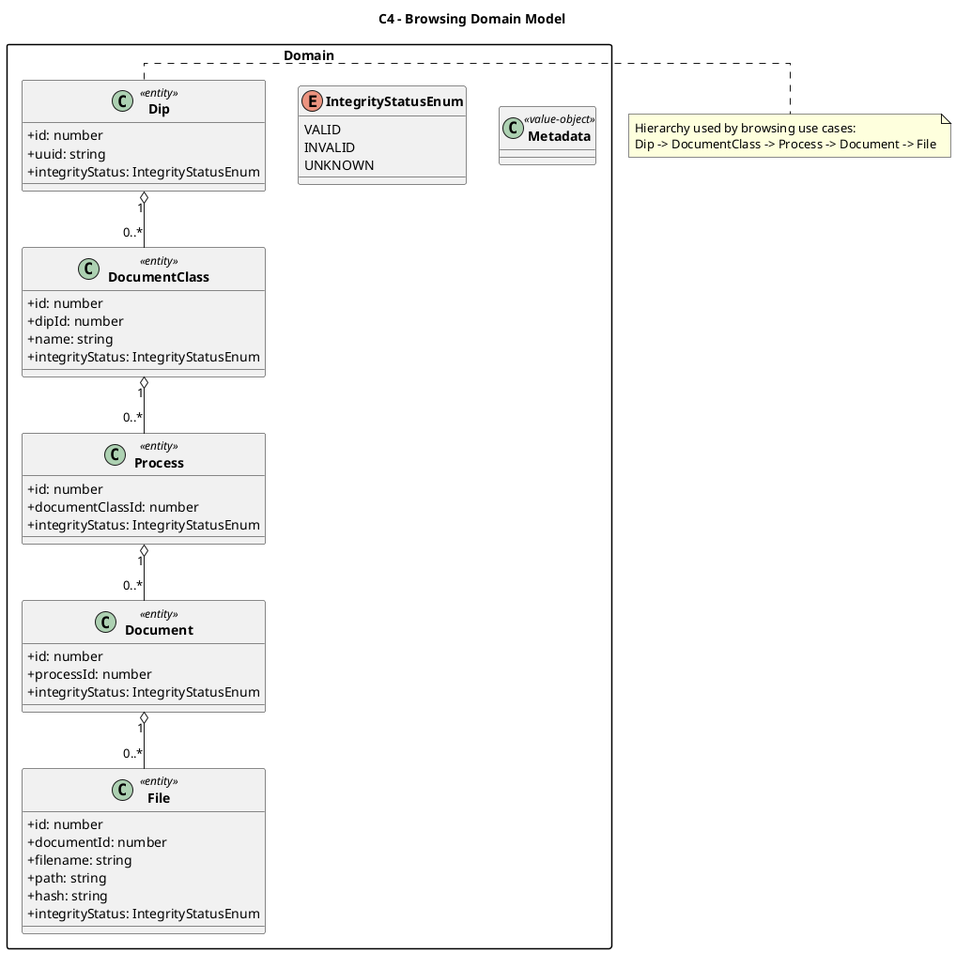
Above: assets/outDiagrammiST/C4_Browsing_Domain.png in 7-ZPUs/Docs (PlantUML), before the change.
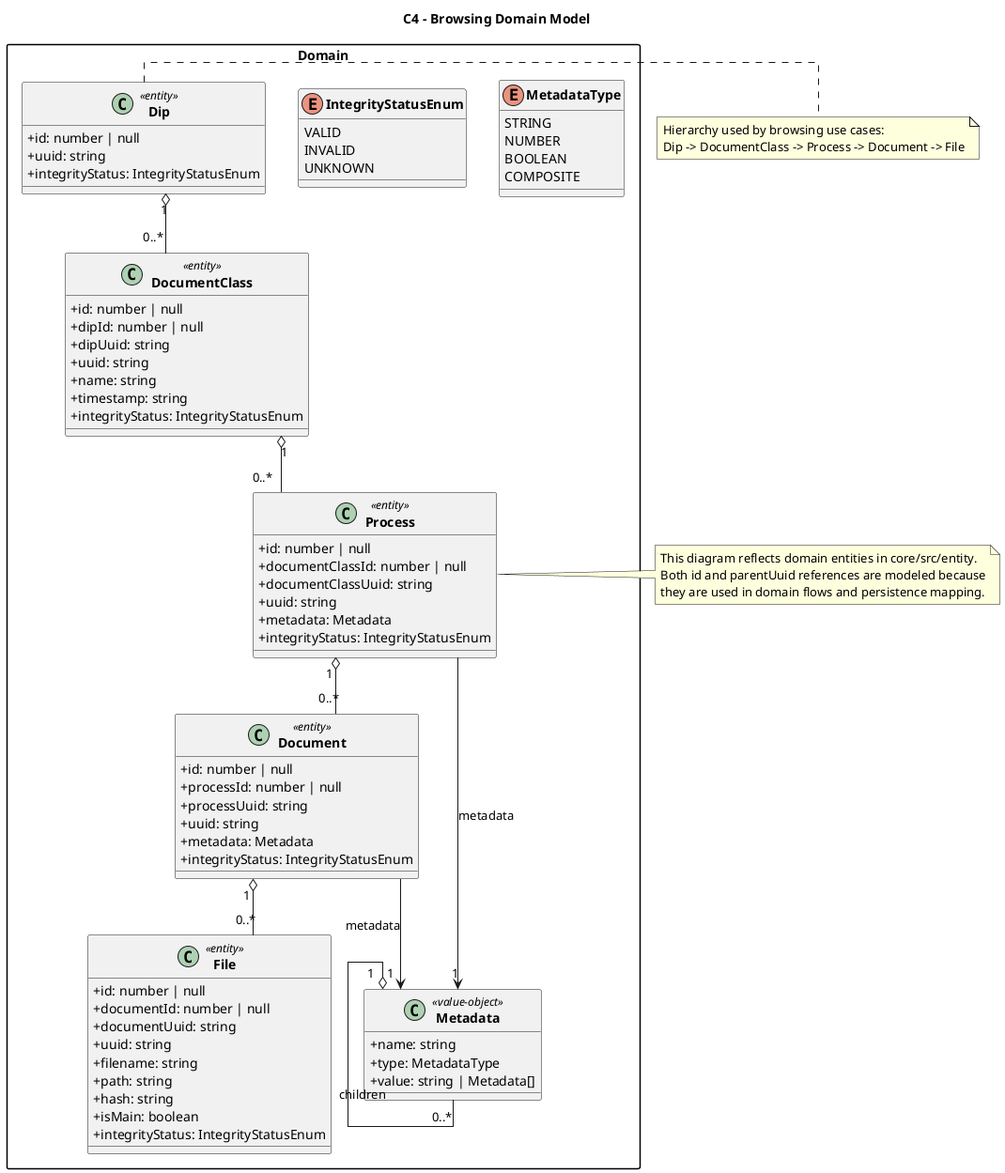
Later version of the same file.

Commit message:
modifica al diagramma c4 browsing

Change to the diagram source:
```diff
@@ -15,41 +15,64 @@
     UNKNOWN
   }
 
+  enum MetadataType {
+    STRING
+    NUMBER
+    BOOLEAN
+    COMPOSITE
+  }
+
   class Dip <<entity>> {
-    +id: number
+    +id: number | null
     +uuid: string
     +integrityStatus: IntegrityStatusEnum
   }
 
   class DocumentClass <<entity>> {
-    +id: number
-    +dipId: number
+    +id: number | null
+    +dipId: number | null
+    +dipUuid: string
+    +uuid: string
     +name: string
+    +timestamp: string
     +integrityStatus: IntegrityStatusEnum
   }
 
   class Process <<entity>> {
-    +id: number
-    +documentClassId: number
+    +id: number | null
+    +documentClassId: number | null
+    +documentClassUuid: string
+    +uuid: string
+    +metadata: Metadata
     +integrityStatus: IntegrityStatusEnum
   }
 
   class Document <<entity>> {
-    +id: number
-    +processId: number
+    +id: number | null
+    +processId: number | null
+    +processUuid: string
+    +uuid: string
+    +metadata: Metadata
     +integrityStatus: IntegrityStatusEnum
   }
 
   class File <<entity>> {
-    +id: number
-    +documentId: number
+    +id: number | null
+    +documentId: number | null
+    +documentUuid: string
+    +uuid: string
     +filename: string
     +path: string
     +hash: string
+    +isMain: boolean
     +integrityStatus: IntegrityStatusEnum
   }
 
-  class Metadata <<value-object>>
+  class Metadata <<value-object>> {
+    +name: string
+    +type: MetadataType
+    +value: string | Metadata[]
+  }
 }
 
 Dip "1" o-- "0..*" DocumentClass
@@ -57,9 +80,19 @@
 Process "1" o-- "0..*" Document
 Document "1" o-- "0..*" File
 
+Process --> "1" Metadata : metadata
+Document --> "1" Metadata : metadata
+Metadata "1" o-- "0..*" Metadata : children
+
 note right of Dip
 Hierarchy used by browsing use cases:
 Dip -> DocumentClass -> Process -> Document -> File
 end note
 
+note right of Process
+This diagram reflects domain entities in core/src/entity.
+Both id and parentUuid references are modeled because
+they are used in domain flows and persistence mapping.
+end note
+
 @enduml
```
